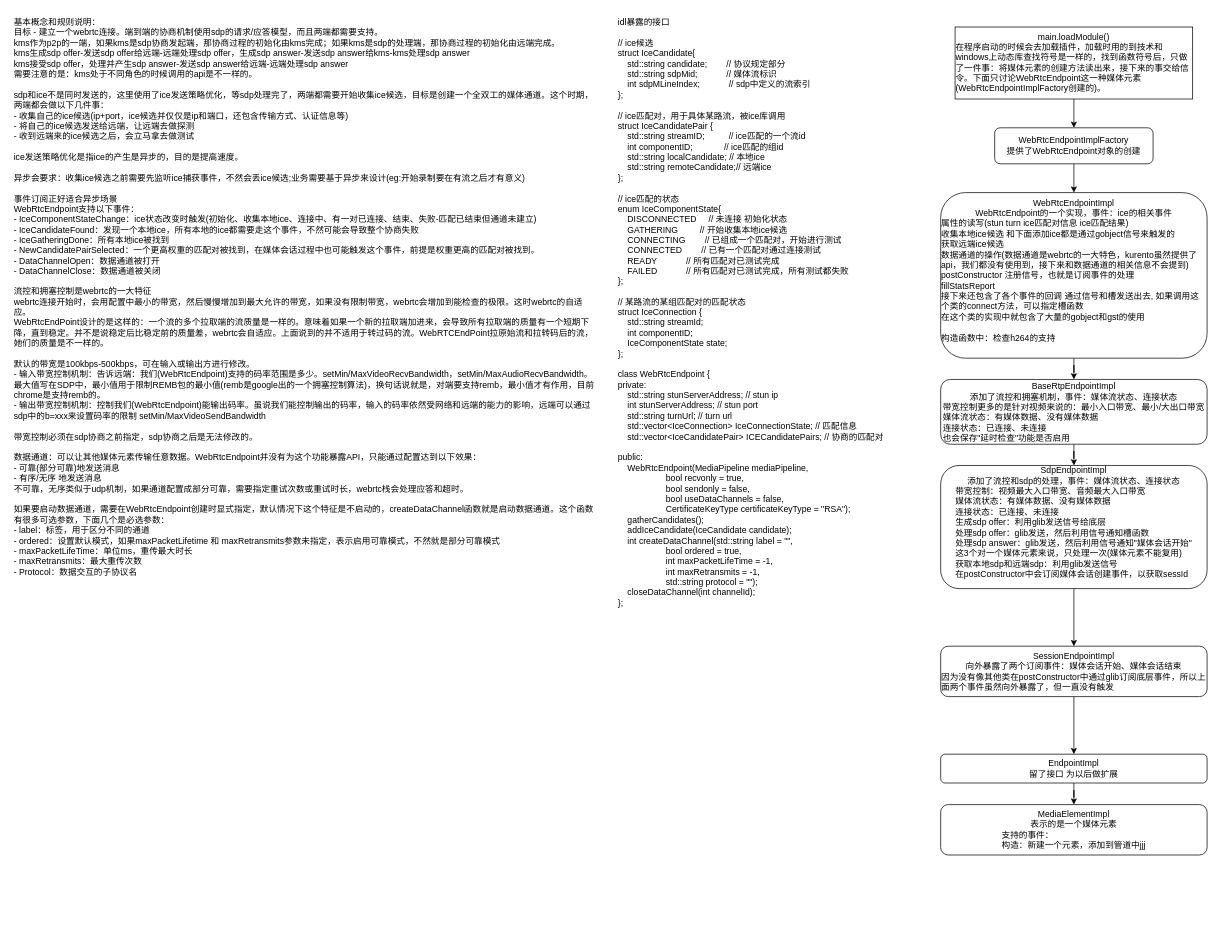
Before: page "WebRtcEndpoint" (2 of 2) of kms源码分析/kms分析文字版本.drawio in 63isOK/conference_graph, a draw.io diagram. Source tidied: cells renumbered, new cells numbered last; positions are measured from the earlier drawing's top-left corner, leaving out a move shared by most shapes. Both pictures are drawn from the tidied source at 72%, with x=0, y=0 at pixel (12, 12).
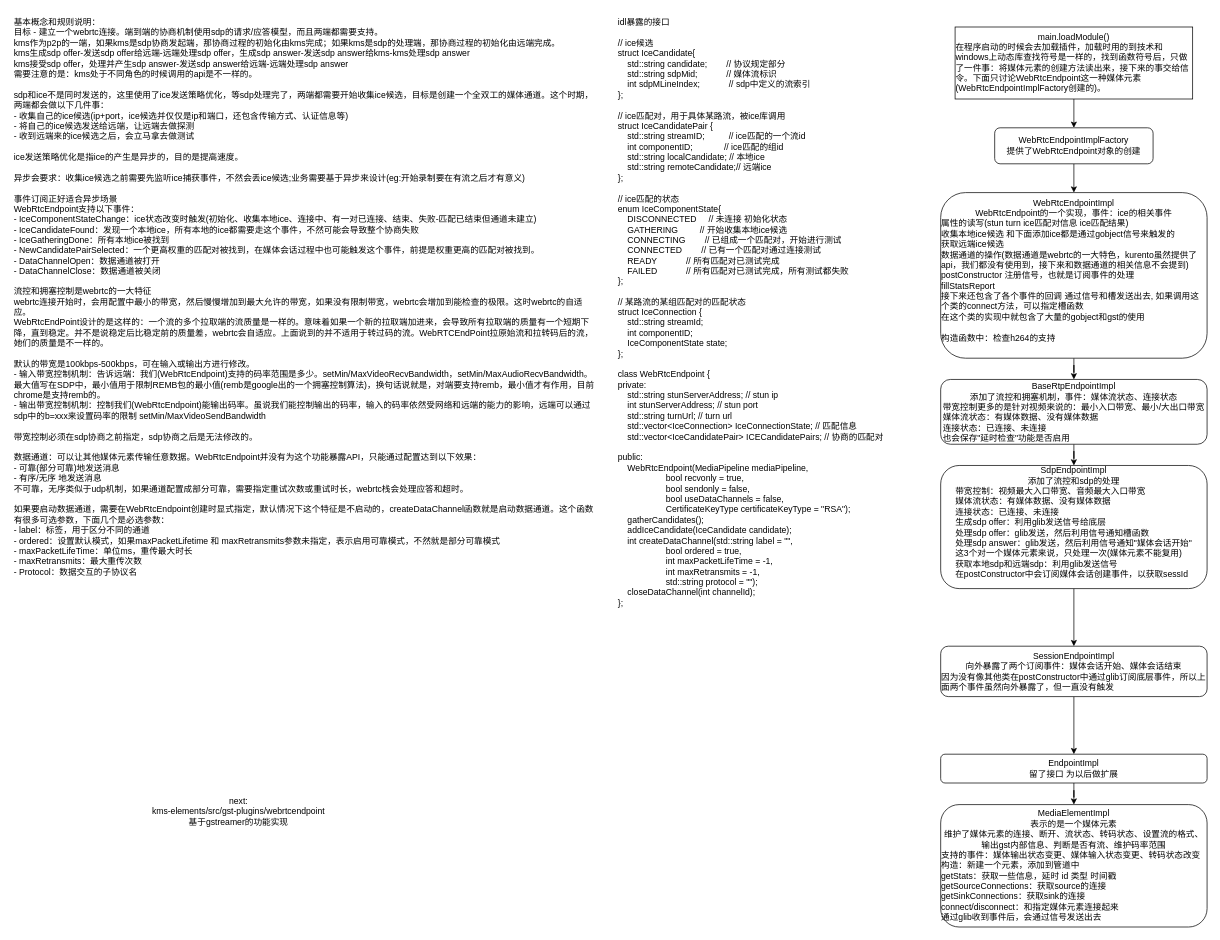
Above is the later version.

Commit message:
更新kms分析文字版本.drawio

Change to the diagram source:
```diff
@@
 <mxGraphModel>
   <root>
     <mxCell id="0" />
     <mxCell id="1" parent="0" />
     <mxCell id="2" value="基本概念和规则说明：&lt;br&gt;目标 - 建立一个webrtc连接。端到端的协商机制使用sdp的请求/应答模型，而且两端都需要支持。&lt;br&gt;kms作为p2p的一端，如果kms是sdp协商发起端，那协商过程的初始化由kms完成；如果kms是sdp的处理端，那协商过程的初始化由远端完成。&lt;br&gt;kms生成sdp offer-发送sdp offer给远端-远端处理sdp offer，生成sdp answer-发送sdp answer给kms-kms处理sdp answer&lt;br&gt;kms接受sdp offer，处理并产生sdp answer-发送sdp answer给远端-远端处理sdp answer&lt;br&gt;需要注意的是：kms处于不同角色的时候调用的api是不一样的。&lt;br&gt;&lt;br&gt;sdp和ice不是同时发送的，这里使用了ice发送策略优化，等sdp处理完了，两端都需要开始收集ice候选，目标是创建一个全双工的媒体通道。这个时期，两端都会做以下几件事：&lt;br&gt;- 收集自己的ice候选(ip+port，ice候选并仅仅是ip和端口，还包含传输方式、认证信息等)&lt;br&gt;- 将自己的ice候选发送给远端，让远端去做探测&lt;br&gt;- 收到远端来的ice候选之后，会立马拿去做测试&lt;br&gt;&lt;br&gt;ice发送策略优化是指ice的产生是异步的，目的是提高速度。&lt;br&gt;&lt;br&gt;异步会要求：收集ice候选之前需要先监听ice捕获事件，不然会丢ice候选;业务需要基于异步来设计(eg:开始录制要在有流之后才有意义)&lt;br&gt;&lt;br&gt;事件订阅正好适合异步场景&lt;br&gt;WebRtcEndpoint支持以下事件：&lt;br&gt;-&amp;nbsp;&lt;span&gt;IceComponentStateChange：ice状态改变时触发(初始化、收集本地ice、连接中、有一对已连接、结束、失败-匹配已结束但通道未建立)&lt;br&gt;&lt;/span&gt;-&amp;nbsp;&lt;span&gt;IceCandidateFound：发现一个本地ice，所有本地的ice都需要走这个事件，不然可能会导致整个协商失败&lt;br&gt;&lt;/span&gt;-&amp;nbsp;&lt;span&gt;IceGatheringDone：所有本地ice被找到&lt;br&gt;&lt;/span&gt;-&amp;nbsp;&lt;span&gt;NewCandidatePairSelected：一个更高权重的匹配对被找到，在媒体会话过程中也可能触发这个事件，前提是权重更高的匹配对被找到。&lt;br&gt;&lt;/span&gt;- D&lt;span&gt;ataChannelOpen：数据通道被打开&lt;br&gt;&lt;/span&gt;- D&lt;span&gt;ataChannelClose：数据通道被关闭&lt;br&gt;&lt;/span&gt;&lt;br&gt;流控和拥塞控制是webrtc的一大特征&lt;br&gt;webrtc连接开始时，会用配置中最小的带宽，然后慢慢增加到最大允许的带宽，如果没有限制带宽，webrtc会增加到能检查的极限。这时webrtc的自适应。&lt;br&gt;WebRtcEndPoint设计的是这样的：一个流的多个拉取端的流质量是一样的。意味着如果一个新的拉取端加进来，会导致所有拉取端的质量有一个短期下降，直到稳定。并不是说稳定后比稳定前的质量差，webrtc会自适应。上面说到的并不适用于转过码的流。WebRTCEndPoint拉原始流和拉转码后的流，她们的质量是不一样的。&lt;br&gt;&lt;br&gt;默认的带宽是100kbps-500kbps，可在输入或输出方进行修改。&lt;br&gt;- 输入带宽控制机制：告诉远端：我们(WebRtcEndpoint)支持的码率范围是多少。&lt;span&gt;setMin/MaxVideoRecvBandwidth，&lt;/span&gt;&lt;span&gt;setMin/MaxAudioRecvBandwidth&lt;/span&gt;。最大值写在SDP中，最小值用于限制REMB包的最小值(remb是google出的一个拥塞控制算法)，换句话说就是，对端要支持remb，最小值才有作用，目前chrome是支持remb的。&lt;br&gt;- 输出带宽控制机制：控制我们(WebRtcEndpoint)能输出码率。虽说我们能控制输出的码率，输入的码率依然受网络和远端的能力的影响，远端可以通过sdp中的b=xxx来设置码率的限制&amp;nbsp;&lt;span&gt;setMin/MaxVideoSendBandwidth&lt;br&gt;&lt;/span&gt;&lt;br&gt;带宽控制必须在sdp协商之前指定，sdp协商之后是无法修改的。&lt;br&gt;&lt;br&gt;数据通道：可以让其他媒体元素传输任意数据。WebRtcEndpoint并没有为这个功能暴露API，只能通过配置达到以下效果：&lt;br&gt;- 可靠(部分可靠)地发送消息&lt;br&gt;- 有序/无序 地发送消息&lt;br&gt;不可靠，无序类似于udp机制，如果通道配置成部分可靠，需要指定重试次数或重试时长，webrtc栈会处理应答和超时。&lt;br&gt;&lt;br&gt;如果要启动数据通道，需要在WebRtcEndpoint创建时显式指定，默认情况下这个特征是不启动的，&lt;span&gt;createDataChannel函数就是启动数据通道。这个函数有很多可选参数，下面几个是必选参数：&lt;br&gt;&lt;/span&gt;- label：标签，用于区分不同的通道&lt;br&gt;- ordered：设置默认模式，如果&lt;span&gt;maxPacketLifetime 和 maxRetransmits参数未指定，表示启用可靠模式，不然就是部分可靠模式&lt;br&gt;&lt;/span&gt;-&amp;nbsp;&lt;span&gt;maxPacketLifeTime：单位ms，重传最大时长&lt;br&gt;&lt;/span&gt;-&amp;nbsp;&lt;span&gt;maxRetransmits：最大重传次数&lt;br&gt;&lt;/span&gt;-&amp;nbsp;&lt;span&gt;Protocol：数据交互的子协议名&lt;/span&gt;&lt;br&gt;" style="text;html=1;strokeColor=none;fillColor=none;align=left;verticalAlign=top;whiteSpace=wrap;rounded=0;" parent="1" vertex="1">
       <mxGeometry width="809" height="750" as="geometry" />
     </mxCell>
     <mxCell id="3" value="&lt;div&gt;idl暴露的接口&lt;/div&gt;&lt;div&gt;&lt;br&gt;&lt;/div&gt;&lt;div&gt;// ice候选&lt;/div&gt;&lt;div&gt;struct IceCandidate{&lt;/div&gt;&lt;div&gt;&amp;nbsp; &amp;nbsp; std::string candidate;&amp;nbsp; &amp;nbsp; &amp;nbsp; &amp;nbsp; // 协议规定部分&lt;/div&gt;&lt;div&gt;&amp;nbsp; &amp;nbsp; std::string sdpMid;&amp;nbsp; &amp;nbsp; &amp;nbsp; &amp;nbsp; &amp;nbsp; &amp;nbsp; // 媒体流标识&lt;/div&gt;&lt;div&gt;&amp;nbsp; &amp;nbsp; int sdpMLineIndex;&amp;nbsp; &amp;nbsp; &amp;nbsp; &amp;nbsp; &amp;nbsp; &amp;nbsp; // sdp中定义的流索引&lt;/div&gt;&lt;div&gt;};&lt;/div&gt;&lt;div&gt;&lt;br&gt;&lt;/div&gt;&lt;div&gt;// ice匹配对，用于具体某路流，被ice库调用&lt;/div&gt;&lt;div&gt;struct IceCandidatePair {&lt;/div&gt;&lt;div&gt;&amp;nbsp; &amp;nbsp; std::string streamID;&amp;nbsp; &amp;nbsp; &amp;nbsp; &amp;nbsp; &amp;nbsp; // ice匹配的一个流id&lt;/div&gt;&lt;div&gt;&amp;nbsp; &amp;nbsp; int componentID;&amp;nbsp; &amp;nbsp; &amp;nbsp; &amp;nbsp; &amp;nbsp; &amp;nbsp; &amp;nbsp;// ice匹配的组id&lt;/div&gt;&lt;div&gt;&amp;nbsp; &amp;nbsp; std::string localCandidate; // 本地ice&lt;/div&gt;&lt;div&gt;&amp;nbsp; &amp;nbsp; std::string remoteCandidate;// 远端ice&lt;/div&gt;&lt;div&gt;};&lt;/div&gt;&lt;div&gt;&lt;br&gt;&lt;/div&gt;&lt;div&gt;// ice匹配的状态&lt;/div&gt;&lt;div&gt;enum IceComponentState{&lt;/div&gt;&lt;div&gt;&amp;nbsp; &amp;nbsp; DISCONNECTED&amp;nbsp; &amp;nbsp; &amp;nbsp;// 未连接 初始化状态&lt;/div&gt;&lt;div&gt;&amp;nbsp; &amp;nbsp; GATHERING&amp;nbsp; &amp;nbsp; &amp;nbsp; &amp;nbsp; &amp;nbsp;// 开始收集本地ice候选&lt;/div&gt;&lt;div&gt;&amp;nbsp; &amp;nbsp; CONNECTING&amp;nbsp; &amp;nbsp; &amp;nbsp; &amp;nbsp; // 已组成一个匹配对，开始进行测试&lt;/div&gt;&lt;div&gt;&amp;nbsp; &amp;nbsp; CONNECTED&amp;nbsp; &amp;nbsp; &amp;nbsp; &amp;nbsp; // 已有一个匹配对通过连接测试&lt;/div&gt;&lt;div&gt;&amp;nbsp; &amp;nbsp; READY&amp;nbsp; &amp;nbsp; &amp;nbsp; &amp;nbsp; &amp;nbsp; &amp;nbsp; // 所有匹配对已测试完成&lt;/div&gt;&lt;div&gt;&amp;nbsp; &amp;nbsp; FAILED&amp;nbsp; &amp;nbsp; &amp;nbsp; &amp;nbsp; &amp;nbsp; &amp;nbsp; // 所有匹配对已测试完成，所有测试都失败&lt;/div&gt;&lt;div&gt;};&lt;/div&gt;&lt;div&gt;&lt;br&gt;&lt;/div&gt;&lt;div&gt;// 某路流的某组匹配对的匹配状态&lt;/div&gt;&lt;div&gt;struct IceConnection {&lt;/div&gt;&lt;div&gt;&amp;nbsp; &amp;nbsp; std::string streamId;&lt;/div&gt;&lt;div&gt;&amp;nbsp; &amp;nbsp; int componentID;&lt;/div&gt;&lt;div&gt;&amp;nbsp; &amp;nbsp; IceComponentState state;&lt;/div&gt;&lt;div&gt;};&lt;/div&gt;&lt;div&gt;&lt;br&gt;&lt;/div&gt;&lt;div&gt;class WebRtcEndpoint {&lt;/div&gt;&lt;div&gt;private:&lt;/div&gt;&lt;div&gt;&amp;nbsp; &amp;nbsp; std::string stunServerAddress; // stun ip&lt;/div&gt;&lt;div&gt;&amp;nbsp; &amp;nbsp; int stunServerAddress; // stun port&lt;/div&gt;&lt;div&gt;&amp;nbsp; &amp;nbsp; std::string turnUrl; // turn url&lt;/div&gt;&lt;div&gt;&amp;nbsp; &amp;nbsp; std::vector&amp;lt;IceConnection&amp;gt; IceConnectionState; // 匹配信息&lt;/div&gt;&lt;div&gt;&amp;nbsp; &amp;nbsp; std::vector&amp;lt;IceCandidatePair&amp;gt; ICECandidatePairs; // 协商的匹配对&lt;/div&gt;&lt;span&gt;&lt;br&gt;&lt;/span&gt;&lt;div&gt;public:&lt;/div&gt;&lt;div&gt;&amp;nbsp; &amp;nbsp; WebRtcEndpoint(MediaPipeline mediaPipeline,&lt;/div&gt;&lt;div&gt;&amp;nbsp; &amp;nbsp; &amp;nbsp; &amp;nbsp; &amp;nbsp; &amp;nbsp; &amp;nbsp; &amp;nbsp; &amp;nbsp; &amp;nbsp; bool recvonly = true,&lt;/div&gt;&lt;div&gt;&amp;nbsp; &amp;nbsp; &amp;nbsp; &amp;nbsp; &amp;nbsp; &amp;nbsp; &amp;nbsp; &amp;nbsp; &amp;nbsp; &amp;nbsp; bool sendonly = false,&lt;/div&gt;&lt;div&gt;&amp;nbsp; &amp;nbsp; &amp;nbsp; &amp;nbsp; &amp;nbsp; &amp;nbsp; &amp;nbsp; &amp;nbsp; &amp;nbsp; &amp;nbsp; bool useDataChannels = false,&lt;/div&gt;&lt;div&gt;&amp;nbsp; &amp;nbsp; &amp;nbsp; &amp;nbsp; &amp;nbsp; &amp;nbsp; &amp;nbsp; &amp;nbsp; &amp;nbsp; &amp;nbsp; CertificateKeyType certificateKeyType = &quot;RSA&quot;);&lt;/div&gt;&lt;div&gt;&amp;nbsp; &amp;nbsp; gatherCandidates();&lt;/div&gt;&lt;div&gt;&amp;nbsp; &amp;nbsp; addIceCandidate(IceCandidate candidate);&lt;/div&gt;&lt;div&gt;&amp;nbsp; &amp;nbsp; int createDataChannel(std::string label = &quot;&quot;,&lt;/div&gt;&lt;div&gt;&amp;nbsp; &amp;nbsp; &amp;nbsp; &amp;nbsp; &amp;nbsp; &amp;nbsp; &amp;nbsp; &amp;nbsp; &amp;nbsp; &amp;nbsp; bool ordered = true,&lt;/div&gt;&lt;div&gt;&amp;nbsp; &amp;nbsp; &amp;nbsp; &amp;nbsp; &amp;nbsp; &amp;nbsp; &amp;nbsp; &amp;nbsp; &amp;nbsp; &amp;nbsp; int maxPacketLifeTime = -1,&lt;/div&gt;&lt;div&gt;&amp;nbsp; &amp;nbsp; &amp;nbsp; &amp;nbsp; &amp;nbsp; &amp;nbsp; &amp;nbsp; &amp;nbsp; &amp;nbsp; &amp;nbsp; int maxRetransmits = -1,&lt;/div&gt;&lt;div&gt;&amp;nbsp; &amp;nbsp; &amp;nbsp; &amp;nbsp; &amp;nbsp; &amp;nbsp; &amp;nbsp; &amp;nbsp; &amp;nbsp; &amp;nbsp; std::string protocol = &quot;&quot;);&lt;/div&gt;&lt;div&gt;&amp;nbsp; &amp;nbsp; closeDataChannel(int channelId);&lt;/div&gt;&lt;div&gt;};&lt;/div&gt;" style="text;html=1;strokeColor=none;fillColor=none;align=left;verticalAlign=top;whiteSpace=wrap;rounded=0;" parent="1" vertex="1">
       <mxGeometry x="839" width="390" height="810" as="geometry" />
     </mxCell>
     <mxCell id="4" style="edgeStyle=orthogonalEdgeStyle;rounded=0;jettySize=auto;html=1;" parent="1" edge="1" source="5" target="7">
       <mxGeometry relative="1" as="geometry" />
     </mxCell>
     <mxCell id="5" value="main.loadModule()&lt;br&gt;&lt;div style=&quot;text-align: left&quot;&gt;&lt;span&gt;在程序启动的时候会去加载插件，加载时用的到技术和windows上动态库查找符号是一样的，找到函数符号后，只做了一件事：将媒体元素的创建方法读出来，接下来的事交给信令。下面只讨论WebRtcEndpoint这一种媒体元素(&lt;/span&gt;&lt;span&gt;WebRtcEndpointImplFactory创建的&lt;/span&gt;&lt;span&gt;)。&lt;/span&gt;&lt;/div&gt;" style="rounded=0;whiteSpace=wrap;html=1;" parent="1" vertex="1">
       <mxGeometry x="1309" y="20" width="330" height="100" as="geometry" />
     </mxCell>
     <mxCell id="6" style="edgeStyle=orthogonalEdgeStyle;rounded=0;jettySize=auto;html=1;" parent="1" edge="1" source="7" target="9">
       <mxGeometry relative="1" as="geometry" />
     </mxCell>
     <mxCell id="7" value="&lt;span&gt;WebRtcEndpointImplFactory&lt;br&gt;提供了WebRtcEndpoint对象的创建&lt;br&gt;&lt;/span&gt;" style="rounded=1;whiteSpace=wrap;html=1;align=center;" parent="1" vertex="1">
       <mxGeometry x="1364" y="160" width="220" height="50" as="geometry" />
     </mxCell>
     <mxCell id="8" style="edgeStyle=orthogonalEdgeStyle;rounded=0;jettySize=auto;html=1;" parent="1" edge="1" source="9" target="11">
       <mxGeometry relative="1" as="geometry" />
     </mxCell>
     <mxCell id="9" value="&lt;span&gt;WebRtcEndpointImpl&lt;br&gt;WebRtcEndpoint的一个实现，&lt;/span&gt;&lt;span&gt;事件：ice的相关事件&lt;/span&gt;&lt;span&gt;&lt;br&gt;&lt;div style=&quot;text-align: left&quot;&gt;属性的读写(stun turn ice匹配对信息 ice匹配结果)&lt;/div&gt;&lt;div style=&quot;text-align: left&quot;&gt;收集本地ice候选 和下面添加ice都是通过gobject信号来触发的&lt;/div&gt;&lt;div style=&quot;text-align: left&quot;&gt;获取远端ice候选&lt;/div&gt;&lt;div style=&quot;text-align: left&quot;&gt;数据通道的操作(数据通道是webrtc的一大特色，kurento虽然提供了api，我们都没有使用到，接下来和数据通道的相关信息不会提到)&lt;/div&gt;&lt;div style=&quot;text-align: left&quot;&gt;postConstructor 注册信号，也就是订阅事件的处理&lt;br&gt;&lt;/div&gt;&lt;div style=&quot;text-align: left&quot;&gt;fillStatsReport&lt;br&gt;&lt;/div&gt;&lt;div style=&quot;text-align: left&quot;&gt;接下来还包含了各个事件的回调 通过信号和槽发送出去, 如果调用这个类的connect方法，可以指定槽函数&lt;/div&gt;&lt;div style=&quot;text-align: left&quot;&gt;在这个类的实现中就包含了大量的gobject和gst的使用&lt;/div&gt;&lt;div style=&quot;text-align: left&quot;&gt;&lt;br&gt;&lt;/div&gt;&lt;div style=&quot;text-align: left&quot;&gt;构造函数中：检查h264的支持&lt;/div&gt;&lt;div style=&quot;text-align: left&quot;&gt;&lt;br&gt;&lt;/div&gt;&lt;/span&gt;" style="rounded=1;whiteSpace=wrap;html=1;align=center;" parent="1" vertex="1">
       <mxGeometry x="1289" y="250" width="370" height="230" as="geometry" />
     </mxCell>
     <mxCell id="10" style="edgeStyle=orthogonalEdgeStyle;rounded=0;jettySize=auto;html=1;" parent="1" edge="1" source="11" target="13">
       <mxGeometry relative="1" as="geometry" />
     </mxCell>
     <mxCell id="11" value="&lt;span&gt;BaseRtpEndpointImpl&lt;br&gt;添加了流控和拥塞机制，事件：媒体流状态、连接状态&lt;br&gt;&lt;div style=&quot;text-align: left&quot;&gt;&lt;span&gt;带宽控制更多的是针对视频来说的：最小入口带宽、最小/大出口带宽&lt;/span&gt;&lt;/div&gt;&lt;div style=&quot;text-align: left&quot;&gt;&lt;span&gt;媒体流状态：有媒体数据、没有媒体数据&lt;/span&gt;&lt;/div&gt;&lt;div style=&quot;text-align: left&quot;&gt;&lt;span&gt;连接状态：已连接、未连接&lt;/span&gt;&lt;/div&gt;&lt;div style=&quot;text-align: left&quot;&gt;&lt;span&gt;也会保存&quot;延时检查&quot;功能是否启用&lt;/span&gt;&lt;/div&gt;&lt;/span&gt;" style="rounded=1;whiteSpace=wrap;html=1;align=center;" parent="1" vertex="1">
       <mxGeometry x="1289" y="509.5" width="370" height="90" as="geometry" />
     </mxCell>
     <mxCell id="12" style="edgeStyle=orthogonalEdgeStyle;rounded=0;jettySize=auto;html=1;" parent="1" edge="1" source="13" target="15">
       <mxGeometry relative="1" as="geometry" />
     </mxCell>
-    <mxCell id="13" value="&lt;span&gt;SdpEndpointImpl&lt;/span&gt;&lt;span&gt;&lt;br&gt;添加了流控和sdp的处理，事件：媒体流状态、连接状态&lt;br&gt;&lt;div style=&quot;text-align: left&quot;&gt;&lt;span&gt;带宽控制：视频最大入口带宽、音频最大入口带宽&lt;/span&gt;&lt;/div&gt;&lt;div style=&quot;text-align: left&quot;&gt;&lt;span&gt;媒体流状态：有媒体数据、没有媒体数据&lt;/span&gt;&lt;/div&gt;&lt;div style=&quot;text-align: left&quot;&gt;&lt;span&gt;连接状态：已连接、未连接&lt;/span&gt;&lt;/div&gt;&lt;div style=&quot;text-align: left&quot;&gt;生成sdp offer：利用glib发送信号给底层&lt;/div&gt;&lt;div style=&quot;text-align: left&quot;&gt;处理sdp offer：glib发送，然后利用信号通知槽函数&lt;/div&gt;&lt;div style=&quot;text-align: left&quot;&gt;处理sdp answer：glib发送，然后利用信号通知&quot;媒体会话开始&quot;&lt;/div&gt;&lt;div style=&quot;text-align: left&quot;&gt;这3个对一个媒体元素来说，只处理一次(媒体元素不能复用)&lt;/div&gt;&lt;div style=&quot;text-align: left&quot;&gt;获取本地sdp和远端sdp：利用glib发送信号&lt;/div&gt;&lt;div style=&quot;text-align: left&quot;&gt;在postConstructor中会订阅媒体会话创建事件，以获取sessId&lt;/div&gt;&lt;div style=&quot;text-align: left&quot;&gt;&lt;br&gt;&lt;/div&gt;&lt;/span&gt;" style="rounded=1;whiteSpace=wrap;html=1;align=center;" parent="1" vertex="1">
+    <mxCell id="13" value="&lt;span&gt;SdpEndpointImpl&lt;/span&gt;&lt;span&gt;&lt;br&gt;添加了流控和sdp的处理&lt;br&gt;&lt;div style=&quot;text-align: left&quot;&gt;&lt;span&gt;带宽控制：视频最大入口带宽、音频最大入口带宽&lt;/span&gt;&lt;/div&gt;&lt;div style=&quot;text-align: left&quot;&gt;&lt;span&gt;媒体流状态：有媒体数据、没有媒体数据&lt;/span&gt;&lt;/div&gt;&lt;div style=&quot;text-align: left&quot;&gt;&lt;span&gt;连接状态：已连接、未连接&lt;/span&gt;&lt;/div&gt;&lt;div style=&quot;text-align: left&quot;&gt;生成sdp offer：利用glib发送信号给底层&lt;/div&gt;&lt;div style=&quot;text-align: left&quot;&gt;处理sdp offer：glib发送，然后利用信号通知槽函数&lt;/div&gt;&lt;div style=&quot;text-align: left&quot;&gt;处理sdp answer：glib发送，然后利用信号通知&quot;媒体会话开始&quot;&lt;/div&gt;&lt;div style=&quot;text-align: left&quot;&gt;这3个对一个媒体元素来说，只处理一次(媒体元素不能复用)&lt;/div&gt;&lt;div style=&quot;text-align: left&quot;&gt;获取本地sdp和远端sdp：利用glib发送信号&lt;/div&gt;&lt;div style=&quot;text-align: left&quot;&gt;在postConstructor中会订阅媒体会话创建事件，以获取sessId&lt;/div&gt;&lt;div style=&quot;text-align: left&quot;&gt;&lt;br&gt;&lt;/div&gt;&lt;/span&gt;" style="rounded=1;whiteSpace=wrap;html=1;align=center;" parent="1" vertex="1">
       <mxGeometry x="1289" y="629" width="370" height="171" as="geometry" />
     </mxCell>
     <mxCell id="14" style="edgeStyle=orthogonalEdgeStyle;rounded=0;jettySize=auto;html=1;" parent="1" edge="1" source="15" target="17">
       <mxGeometry relative="1" as="geometry" />
     </mxCell>
     <mxCell id="15" value="&lt;span&gt;SessionEndpointImpl&lt;br&gt;&lt;/span&gt;向外暴露了两个订阅事件：媒体会话开始、媒体会话结束&lt;br&gt;&lt;div style=&quot;text-align: left&quot;&gt;&lt;span&gt;因为没有像其他类在&lt;/span&gt;&lt;span&gt;postConstructor中通过glib订阅底层事件，所以上面两个事件虽然向外暴露了，但一直没有触发&lt;/span&gt;&lt;/div&gt;" style="rounded=1;whiteSpace=wrap;html=1;align=center;" parent="1" vertex="1">
       <mxGeometry x="1289" y="880" width="370" height="70" as="geometry" />
     </mxCell>
     <mxCell id="16" style="edgeStyle=orthogonalEdgeStyle;rounded=0;jettySize=auto;html=1;" parent="1" edge="1" source="17" target="18">
       <mxGeometry relative="1" as="geometry" />
     </mxCell>
     <mxCell id="17" value="&lt;span&gt;EndpointImpl&lt;br&gt;留了接口 为以后做扩展&lt;br&gt;&lt;/span&gt;" style="rounded=1;whiteSpace=wrap;html=1;align=center;" parent="1" vertex="1">
       <mxGeometry x="1289" y="1030" width="370" height="40" as="geometry" />
     </mxCell>
-    <mxCell id="18" value="&lt;span&gt;MediaElementImpl&lt;br&gt;表示的是一个媒体元素&lt;br&gt;&lt;div style=&quot;text-align: left&quot;&gt;&lt;span&gt;支持的事件：&lt;/span&gt;&lt;/div&gt;&lt;div style=&quot;text-align: left&quot;&gt;&lt;span&gt;构造：新建一个元素，添加到管道中jjj&lt;/span&gt;&lt;/div&gt;&lt;/span&gt;" style="rounded=1;whiteSpace=wrap;html=1;align=center;" parent="1" vertex="1">
-      <mxGeometry x="1289" y="1100" width="370" height="70" as="geometry" />
+    <mxCell id="18" value="&lt;span&gt;MediaElementImpl&lt;br&gt;表示的是一个媒体元素&lt;br&gt;维护了媒体元素的连接、断开、流状态、转码状态、设置流的格式、输出gst内部信息、判断是否有流、维护码率范围&lt;br&gt;&lt;div style=&quot;text-align: left&quot;&gt;&lt;span&gt;支持的事件：媒体输出状态变更、媒体输入状态变更、转码状态改变&lt;/span&gt;&lt;/div&gt;&lt;div style=&quot;text-align: left&quot;&gt;&lt;span&gt;构造：新建一个元素，添加到管道中&lt;/span&gt;&lt;/div&gt;&lt;div style=&quot;text-align: left&quot;&gt;&lt;span&gt;getStats：获取一些信息，延时 id 类型 时间戳&lt;/span&gt;&lt;/div&gt;&lt;div style=&quot;text-align: left&quot;&gt;&lt;span&gt;getSourceConnections：获取source的连接&lt;/span&gt;&lt;/div&gt;&lt;div style=&quot;text-align: left&quot;&gt;&lt;span&gt;getSinkConnections：获取sink的连接&lt;/span&gt;&lt;/div&gt;&lt;div style=&quot;text-align: left&quot;&gt;&lt;span&gt;connect/disconnect：和指定媒体元素连接起来&lt;/span&gt;&lt;/div&gt;&lt;div style=&quot;text-align: left&quot;&gt;通过glib收到事件后，会通过信号发送出去&lt;/div&gt;&lt;/span&gt;" style="rounded=1;whiteSpace=wrap;html=1;align=center;" parent="1" vertex="1">
+      <mxGeometry x="1289" y="1100" width="370" height="170" as="geometry" />
     </mxCell>
+    <mxCell id="19" value="next:&lt;br&gt;kms-elements/src/gst-plugins/webrtcendpoint&lt;br&gt;基于gstreamer的功能实现&lt;br&gt;" style="text;html=1;strokeColor=none;fillColor=none;align=center;verticalAlign=middle;whiteSpace=wrap;rounded=0;" parent="1" vertex="1">
+      <mxGeometry x="109" y="1010" width="410" height="200" as="geometry" />
+    </mxCell>
   </root>
 </mxGraphModel>
```
